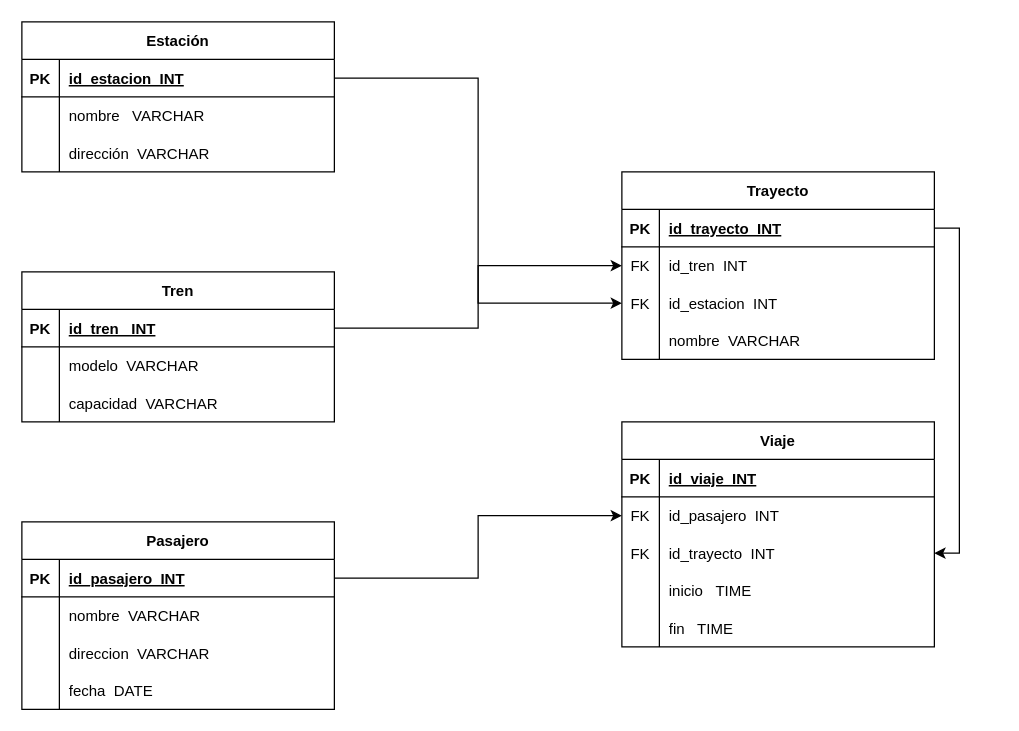
The draw.io diagram Diagrama sin título.drawio in atrivinov/enyoi_bootcamp, before the edit. Source tidied: cells renumbered, new cells numbered last; positions are measured from the earlier drawing's top-left corner, leaving out a move shared by most shapes. Both pictures are drawn from the tidied source at 125%, with x=0, y=0 at pixel (21, 21).
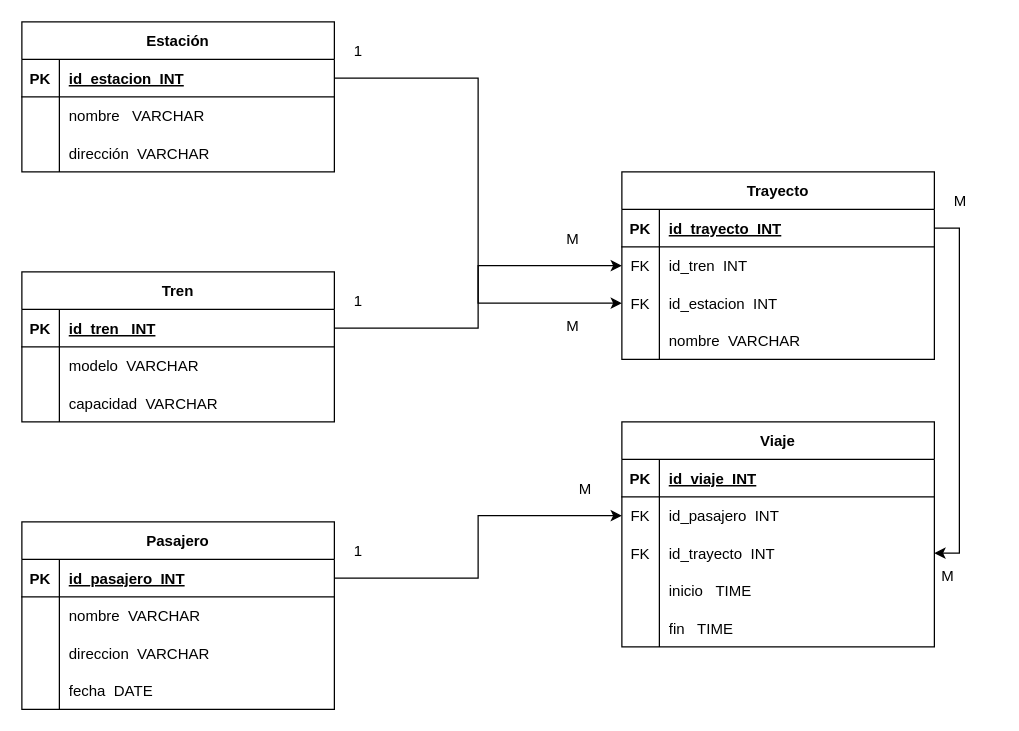
Above is the later version.

Diff of the diagram source:
```diff
@@
+    <mxCell id="68" value="1" style="text;strokeColor=none;fillColor=none;spacingLeft=4;spacingRight=4;overflow=hidden;fontSize=12;whiteSpace=wrap;html=1;" parent="1" vertex="1">
+      <mxGeometry x="260" y="10" width="40" height="30" as="geometry" />
+    </mxCell>
+    <mxCell id="69" value="M" style="text;strokeColor=none;fillColor=none;spacingLeft=4;spacingRight=4;overflow=hidden;fontSize=12;whiteSpace=wrap;html=1;" parent="1" vertex="1">
+      <mxGeometry x="430" y="160" width="40" height="30" as="geometry" />
+    </mxCell>
+    <mxCell id="70" value="M" style="text;strokeColor=none;fillColor=none;spacingLeft=4;spacingRight=4;overflow=hidden;fontSize=12;whiteSpace=wrap;html=1;" parent="1" vertex="1">
+      <mxGeometry x="430" y="230" width="40" height="30" as="geometry" />
+    </mxCell>
+    <mxCell id="71" value="M" style="text;strokeColor=none;fillColor=none;spacingLeft=4;spacingRight=4;overflow=hidden;fontSize=12;whiteSpace=wrap;html=1;" parent="1" vertex="1">
+      <mxGeometry x="740" y="130" width="40" height="30" as="geometry" />
+    </mxCell>
+    <mxCell id="72" value="M" style="text;strokeColor=none;fillColor=none;spacingLeft=4;spacingRight=4;overflow=hidden;fontSize=12;whiteSpace=wrap;html=1;" parent="1" vertex="1">
+      <mxGeometry x="730" y="430" width="40" height="30" as="geometry" />
+    </mxCell>
+    <mxCell id="73" value="M" style="text;strokeColor=none;fillColor=none;spacingLeft=4;spacingRight=4;overflow=hidden;fontSize=12;whiteSpace=wrap;html=1;" parent="1" vertex="1">
+      <mxGeometry x="440" y="360" width="40" height="30" as="geometry" />
+    </mxCell>
+    <mxCell id="74" value="1" style="text;strokeColor=none;fillColor=none;spacingLeft=4;spacingRight=4;overflow=hidden;fontSize=12;whiteSpace=wrap;html=1;" parent="1" vertex="1">
+      <mxGeometry x="260" y="210" width="40" height="30" as="geometry" />
+    </mxCell>
+    <mxCell id="75" value="1" style="text;strokeColor=none;fillColor=none;spacingLeft=4;spacingRight=4;overflow=hidden;fontSize=12;whiteSpace=wrap;html=1;" parent="1" vertex="1">
+      <mxGeometry x="260" y="410" width="40" height="30" as="geometry" />
+    </mxCell>
```
